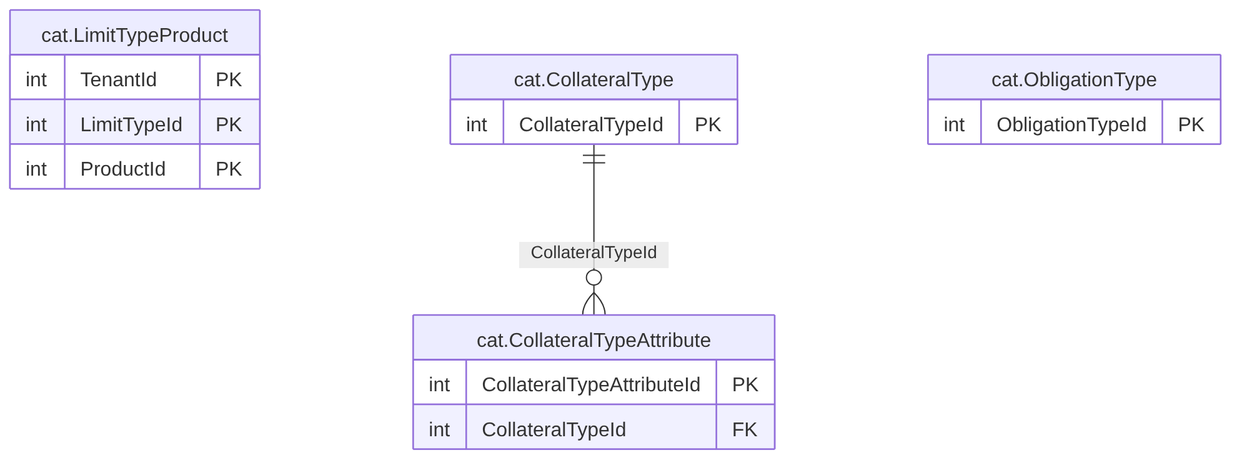
The Mermaid diagram treasury-platform/docs/diagrams/erd/m4_products_3.png in thawrasy/smartlines, before a commit. Its source is kept beside it as treasury-platform/docs/diagrams/erd/m4_products_3.mmd.
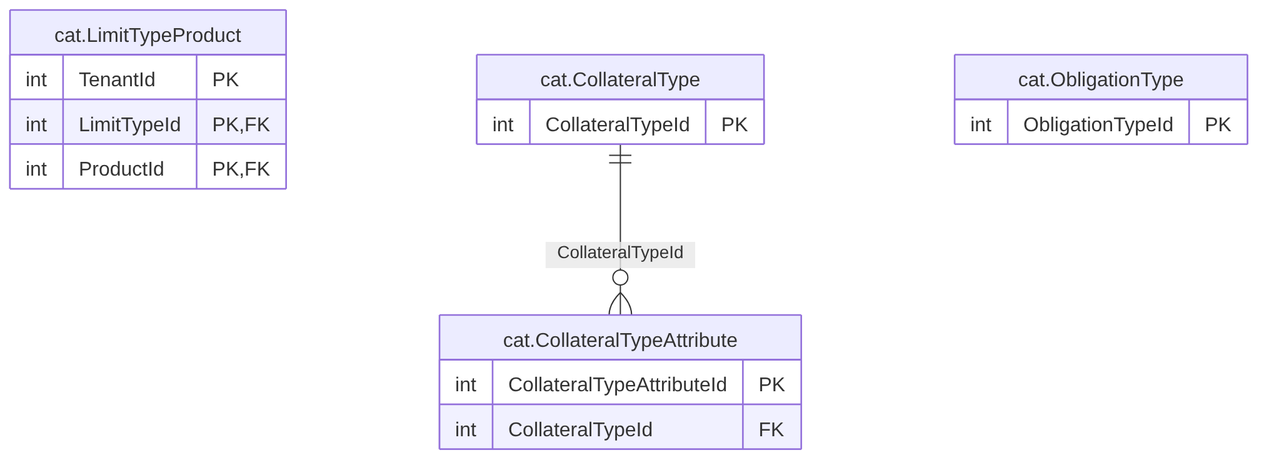
Later version of the same file.

Diff of the diagram source:
```diff
@@ -1,8 +1,8 @@
 erDiagram
   cat_LimitTypeProduct["cat.LimitTypeProduct"] {
     int TenantId PK
-    int LimitTypeId PK
-    int ProductId PK
+    int LimitTypeId PK, FK
+    int ProductId PK, FK
   }
   cat_CollateralType["cat.CollateralType"] {
     int CollateralTypeId PK
```
